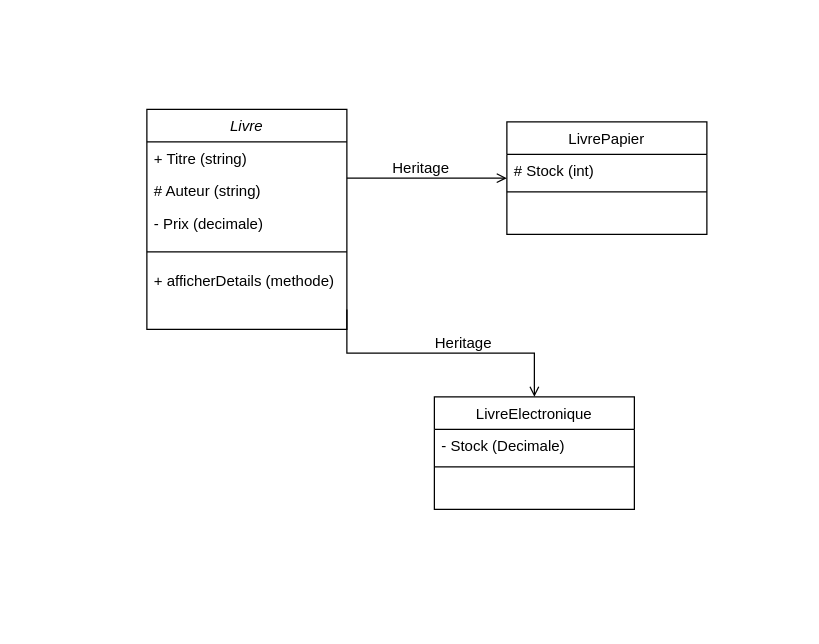
This is Untitled Diagram.drawio from PreYem/preyem.github.io, a draw.io file, before an edit. Source tidied: cells renumbered, new cells numbered last; positions are measured from the earlier drawing's top-left corner, leaving out a move shared by most shapes. Both pictures are drawn from the tidied source at 125%, with x=0, y=0 at pixel (146, 109).
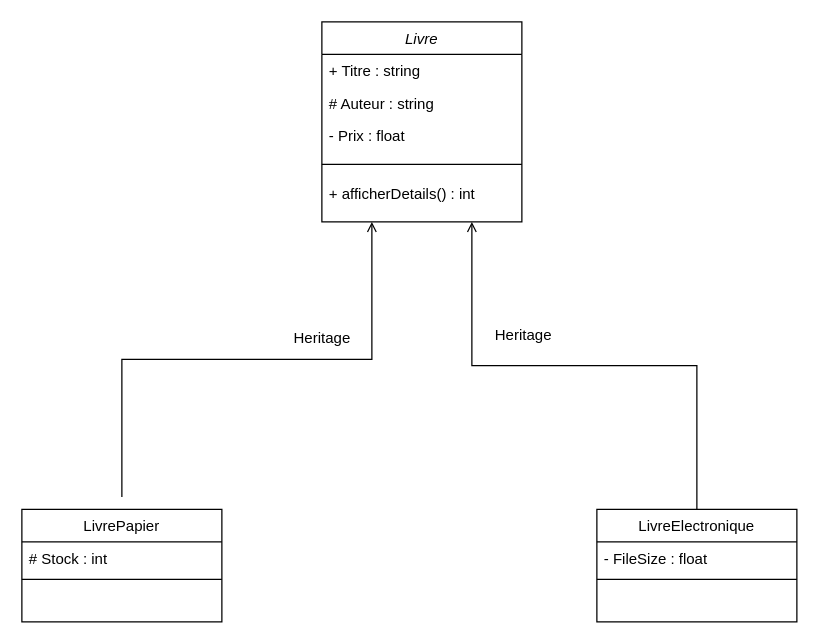
After the change.

What changed in the source:
```diff
@@
     <mxCell id="2" value="Livre" style="swimlane;fontStyle=2;align=center;verticalAlign=top;horizontal=1;startSize=26;rounded=0;shadow=0;strokeWidth=1;" parent="1" vertex="1">
-      <mxGeometry width="160" height="176" as="geometry" />
+      <mxGeometry x="140" y="-70" width="160" height="160" as="geometry" />
     </mxCell>
-    <mxCell id="3" value="+ Titre (string)" style="text;align=left;verticalAlign=top;spacingLeft=4;spacingRight=4;overflow=hidden;" parent="2" vertex="1">
+    <mxCell id="3" value="+ Titre : string" style="text;align=left;verticalAlign=top;spacingLeft=4;spacingRight=4;overflow=hidden;" parent="2" vertex="1">
       <mxGeometry y="26" width="160" height="26" as="geometry" />
     </mxCell>
-    <mxCell id="4" value="# Auteur (string)" style="text;align=left;verticalAlign=top;spacingLeft=4;spacingRight=4;overflow=hidden;rounded=0;shadow=0;html=0;" parent="2" vertex="1">
+    <mxCell id="4" value="# Auteur : string" style="text;align=left;verticalAlign=top;spacingLeft=4;spacingRight=4;overflow=hidden;rounded=0;shadow=0;html=0;" parent="2" vertex="1">
       <mxGeometry y="52" width="160" height="26" as="geometry" />
     </mxCell>
-    <mxCell id="5" value="- Prix (decimale)" style="text;align=left;verticalAlign=top;spacingLeft=4;spacingRight=4;overflow=hidden;rounded=0;shadow=0;html=0;" parent="2" vertex="1">
+    <mxCell id="5" value="- Prix : float" style="text;align=left;verticalAlign=top;spacingLeft=4;spacingRight=4;overflow=hidden;rounded=0;shadow=0;html=0;" parent="2" vertex="1">
       <mxGeometry y="78" width="160" height="26" as="geometry" />
     </mxCell>
@@
-    <mxCell id="7" value="+ afficherDetails (methode)" style="text;align=left;verticalAlign=top;spacingLeft=4;spacingRight=4;overflow=hidden;rounded=0;shadow=0;html=0;" parent="2" vertex="1">
+    <mxCell id="7" value="+ afficherDetails() : int" style="text;align=left;verticalAlign=top;spacingLeft=4;spacingRight=4;overflow=hidden;rounded=0;shadow=0;html=0;" parent="2" vertex="1">
       <mxGeometry y="124" width="160" height="26" as="geometry" />
     </mxCell>
     <mxCell id="8" value="LivrePapier" style="swimlane;fontStyle=0;align=center;verticalAlign=top;horizontal=1;startSize=26;rounded=0;shadow=0;strokeWidth=1;" parent="1" vertex="1">
-      <mxGeometry x="288" y="10" width="160" height="90" as="geometry" />
+      <mxGeometry x="-100" y="320" width="160" height="90" as="geometry" />
     </mxCell>
-    <mxCell id="9" value="# Stock (int)" style="text;align=left;verticalAlign=top;spacingLeft=4;spacingRight=4;overflow=hidden;rounded=0;shadow=0;html=0;" parent="8" vertex="1">
+    <mxCell id="9" value="# Stock : int" style="text;align=left;verticalAlign=top;spacingLeft=4;spacingRight=4;overflow=hidden;rounded=0;shadow=0;html=0;" parent="8" vertex="1">
       <mxGeometry y="26" width="160" height="26" as="geometry" />
     </mxCell>
@@
-    <mxCell id="11" style="endArrow=open;shadow=0;strokeWidth=1;rounded=0;curved=0;endFill=1;edgeStyle=elbowEdgeStyle;elbow=vertical;" parent="1" edge="1" source="2" target="8">
+    <mxCell id="11" style="endArrow=open;shadow=0;strokeWidth=1;rounded=0;curved=0;endFill=1;edgeStyle=elbowEdgeStyle;elbow=vertical;entryX=0.25;entryY=1;entryDx=0;entryDy=0;" parent="1" edge="1" target="2">
       <mxGeometry x="0.5" y="41" relative="1" as="geometry">
+        <mxPoint x="-20" y="310" as="sourcePoint" />
         <mxPoint x="-40" y="32" as="offset" />
       </mxGeometry>
     </mxCell>
@@
     <mxCell id="13" value="Heritage" style="text;html=1;align=center;verticalAlign=middle;labelBackgroundColor=none;rounded=0;shadow=0;strokeWidth=1;fontSize=12;" parent="11" vertex="1">
       <mxGeometry x="0.5" y="49" relative="1" as="geometry">
-        <mxPoint x="-38" y="40" as="offset" />
+        <mxPoint x="8" y="-13" as="offset" />
       </mxGeometry>
     </mxCell>
-    <mxCell id="14" style="endArrow=open;shadow=0;strokeWidth=1;rounded=0;curved=0;endFill=1;edgeStyle=elbowEdgeStyle;elbow=vertical;" parent="1" edge="1">
-      <mxGeometry x="0.5" y="41" relative="1" as="geometry">
-        <mxPoint x="160" y="160" as="sourcePoint" />
-        <mxPoint x="310" y="230" as="targetPoint" />
-        <mxPoint x="-40" y="32" as="offset" />
-      </mxGeometry>
-    </mxCell>
-    <mxCell id="15" style="align=left;verticalAlign=bottom;labelBackgroundColor=none;fontSize=12;" parent="14" vertex="1">
-      <mxGeometry x="-1" relative="1" as="geometry">
-        <mxPoint y="4" as="offset" />
-      </mxGeometry>
-    </mxCell>
-    <mxCell id="16" value="Heritage" style="text;html=1;align=center;verticalAlign=middle;labelBackgroundColor=none;rounded=0;shadow=0;strokeWidth=1;fontSize=12;" parent="14" vertex="1">
-      <mxGeometry x="0.5" y="49" relative="1" as="geometry">
-        <mxPoint x="-38" y="40" as="offset" />
-      </mxGeometry>
-    </mxCell>
     <mxCell id="17" value="LivreElectronique" style="swimlane;fontStyle=0;align=center;verticalAlign=top;horizontal=1;startSize=26;rounded=0;shadow=0;strokeWidth=1;" parent="1" vertex="1">
-      <mxGeometry x="230" y="230" width="160" height="90" as="geometry" />
+      <mxGeometry x="360" y="320" width="160" height="90" as="geometry" />
     </mxCell>
-    <mxCell id="18" value="- Stock (Decimale)" style="text;align=left;verticalAlign=top;spacingLeft=4;spacingRight=4;overflow=hidden;rounded=0;shadow=0;html=0;" parent="17" vertex="1">
+    <mxCell id="18" value="- FileSize : float" style="text;align=left;verticalAlign=top;spacingLeft=4;spacingRight=4;overflow=hidden;rounded=0;shadow=0;html=0;" parent="17" vertex="1">
       <mxGeometry y="26" width="160" height="26" as="geometry" />
     </mxCell>
@@
+    <mxCell id="20" style="endArrow=open;shadow=0;strokeWidth=1;rounded=0;curved=0;endFill=1;edgeStyle=elbowEdgeStyle;elbow=vertical;entryX=0.75;entryY=1;entryDx=0;entryDy=0;" parent="1" edge="1" target="2">
+      <mxGeometry x="0.5" y="41" relative="1" as="geometry">
+        <mxPoint x="440" y="320" as="sourcePoint" />
+        <mxPoint x="-40" y="32" as="offset" />
+      </mxGeometry>
+    </mxCell>
+    <mxCell id="21" style="align=left;verticalAlign=bottom;labelBackgroundColor=none;fontSize=12;" parent="20" vertex="1">
+      <mxGeometry x="-1" relative="1" as="geometry">
+        <mxPoint y="4" as="offset" />
+      </mxGeometry>
+    </mxCell>
+    <mxCell id="16" value="Heritage" style="text;html=1;align=center;verticalAlign=middle;labelBackgroundColor=none;rounded=0;shadow=0;strokeWidth=1;fontSize=12;" parent="20" vertex="1">
+      <mxGeometry x="0.5" y="49" relative="1" as="geometry">
+        <mxPoint x="89" y="-12" as="offset" />
+      </mxGeometry>
+    </mxCell>
```
